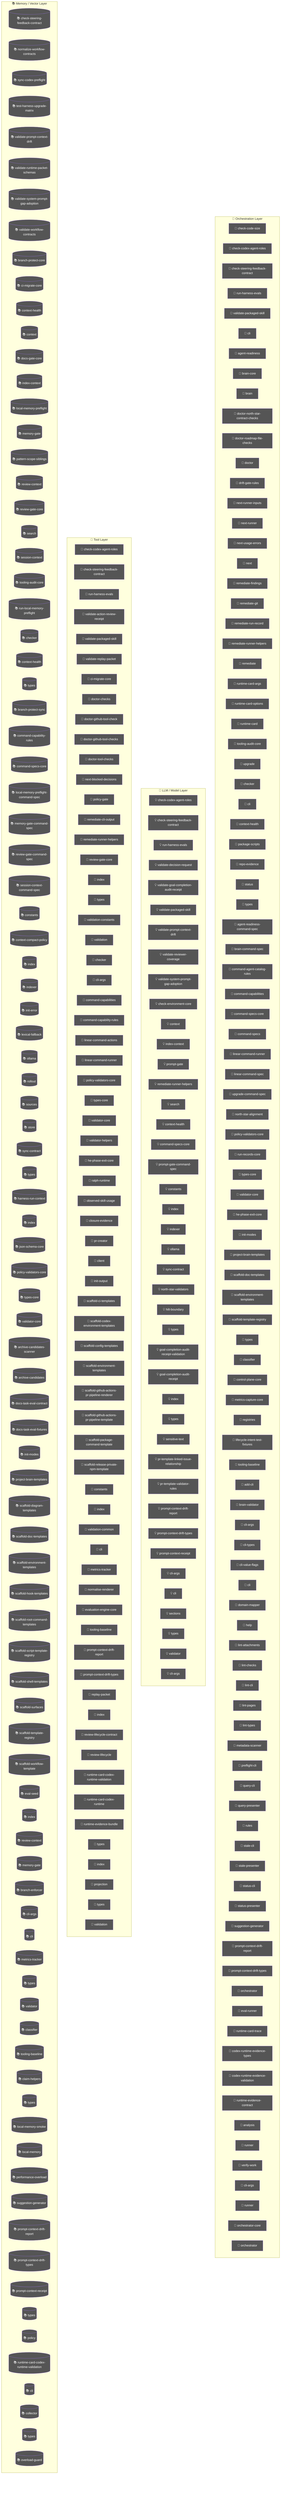
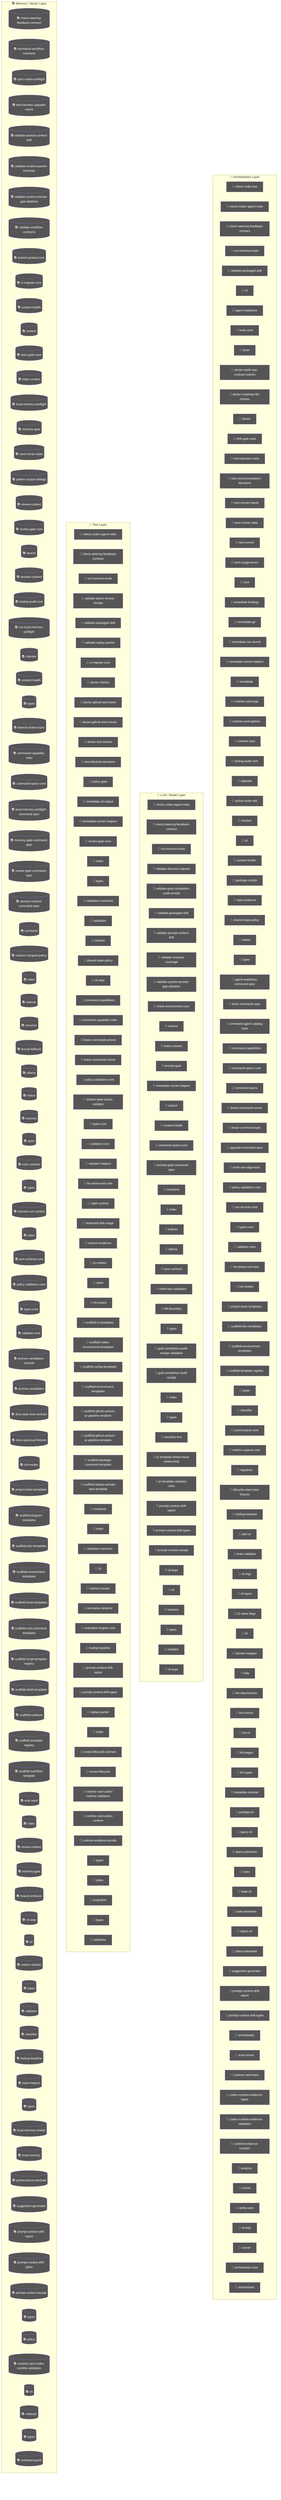
flowchart TD
  subgraph Orchestration["🎯 Orchestration Layer"]
    check_code_size_9c5efc3a["🤖 check-code-size"]
    node_agent_mmd_orchestration_layer_orchestration_chec_7a9f0b64["🤖 check-codex-agent-roles"]
    node_agent_mmd_orchestration_layer_orchestration_chec_7fd47f5c["🤖 check-steering-feedback-contract"]
    node_agent_mmd_orchestration_layer_orchestration_run__18817957["🤖 run-harness-evals"]
    node_agent_mmd_orchestration_layer_orchestration_vali_c01b04be["🤖 validate-packaged-skill"]
    cli_99bb8840["🤖 cli"]
    agent_readiness_c82c68e6["🤖 agent-readiness"]
    brain_core_aa07c380["🤖 brain-core"]
    brain_bbbf7a64["🤖 brain"]
    doctor_north_star_contract_checks_0048124c["🤖 doctor-north-star-contract-checks"]
    doctor_roadmap_file_checks_14447b8e["🤖 doctor-roadmap-file-checks"]
    doctor_72f4be89["🤖 doctor"]
    drift_gate_rules_9685e72d["🤖 drift-gate-rules"]
+     next_decision_meta_c58bc91b["🤖 next-decision-meta"]
+     next_recommendation_decisions_03315dd4["🤖 next-recommendation-decisions"]
    next_runner_inputs_754dba64["🤖 next-runner-inputs"]
+     node_agent_mmd_orchestration_layer_orchestration_next_5393fba1["🤖 next-runner-state"]
    next_runner_41643472["🤖 next-runner"]
    next_usage_errors_837a345a["🤖 next-usage-errors"]
    next_c6c1c9a9["🤖 next"]
    remediate_findings_8b09c8c6["🤖 remediate-findings"]
    remediate_git_58c6f6f4["🤖 remediate-git"]
    remediate_run_record_9dfe5dc1["🤖 remediate-run-record"]
    node_agent_mmd_orchestration_layer_orchestration_reme_359fe98f["🤖 remediate-runner-helpers"]
    remediate_06b9c7fc["🤖 remediate"]
    runtime_card_args_2b3d4b28["🤖 runtime-card-args"]
    runtime_card_options_c9156ad5["🤖 runtime-card-options"]
    runtime_card_e06b53e1["🤖 runtime-card"]
    node_agent_mmd_orchestration_layer_orchestration_tool_acfe0c01["🤖 tooling-audit-core"]
    upgrade_7fef9479["🤖 upgrade"]
+     active_route_refs_d7a46846["🤖 active-route-refs"]
    node_agent_mmd_orchestration_layer_orchestration_chec_0550c395["🤖 checker"]
    cli_1_084e05fe["🤖 cli"]
    node_agent_mmd_orchestration_layer_orchestration_cont_61b3b9c9["🤖 context-health"]
    package_scripts_3ee6150f["🤖 package-scripts"]
    repo_evidence_38bb1de5["🤖 repo-evidence"]
+     node_agent_mmd_orchestration_layer_orchestration_shar_724ef5f0["🤖 shared-state-policy"]
    status_073c1634["🤖 status"]
    node_agent_mmd_orchestration_layer_orchestration_type_4f906dcc["🤖 types"]
    agent_readiness_command_spec_a30c2c1e["🤖 agent-readiness-command-spec"]
    brain_command_spec_15b122d5["🤖 brain-command-spec"]
    command_agent_catalog_rules_8e06b2af["🤖 command-agent-catalog-rules"]
    node_agent_mmd_orchestration_layer_orchestration_comm_6e41a7f7["🤖 command-capabilities"]
    node_agent_mmd_orchestration_layer_orchestration_comm_1f8cc24c["🤖 command-specs-core"]
    command_specs_69167c63["🤖 command-specs"]
    node_agent_mmd_orchestration_layer_orchestration_line_b67affd5["🤖 linear-command-runner"]
    linear_command_spec_1e12dd44["🤖 linear-command-spec"]
    upgrade_command_spec_03f6c7bd["🤖 upgrade-command-spec"]
    north_star_alignment_00440188["🤖 north-star-alignment"]
    node_agent_mmd_orchestration_layer_orchestration_poli_3270b55d["🤖 policy-validators-core"]
    run_records_core_89286dfa["🤖 run-records-core"]
    node_agent_mmd_orchestration_layer_orchestration_type_7cf81261["🤖 types-core"]
    node_agent_mmd_orchestration_layer_orchestration_vali_d9fe99e6["🤖 validator-core"]
    node_agent_mmd_orchestration_layer_orchestration_he_p_fc778c24["🤖 he-phase-exit-core"]
    node_agent_mmd_orchestration_layer_orchestration_init_2a9c3ecb["🤖 init-modes"]
    node_agent_mmd_orchestration_layer_orchestration_proj_6ab6f60f["🤖 project-brain-templates"]
    node_agent_mmd_orchestration_layer_orchestration_scaf_12cc07db["🤖 scaffold-doc-templates"]
    node_agent_mmd_orchestration_layer_orchestration_scaf_c9a90c2f["🤖 scaffold-environment-templates"]
    node_agent_mmd_orchestration_layer_orchestration_scaf_ff8f92f6["🤖 scaffold-template-registry"]
    types_16_0fae1112["🤖 types"]
    node_agent_mmd_orchestration_layer_orchestration_clas_899b821a["🤖 classifier"]
    control_plane_core_db3b4cb2["🤖 control-plane-core"]
    metrics_capture_core_db4bf7cf["🤖 metrics-capture-core"]
    registries_06402afa["🤖 registries"]
    lifecycle_intent_test_fixtures_a53c7ada["🤖 lifecycle-intent-test-fixtures"]
    node_agent_mmd_orchestration_layer_orchestration_tool_cc43149f["🤖 tooling-baseline"]
    add_cli_7614de25["🤖 add-cli"]
    brain_validator_be251832["🤖 brain-validator"]
    cli_args_8_d546936e["🤖 cli-args"]
    cli_types_1686e858["🤖 cli-types"]
    cli_value_flags_732a8e43["🤖 cli-value-flags"]
    cli_10_35dc8cbd["🤖 cli"]
    domain_mapper_cd9333d2["🤖 domain-mapper"]
    help_106a5842["🤖 help"]
    lint_attachments_873c0632["🤖 lint-attachments"]
    lint_checks_83522b19["🤖 lint-checks"]
    lint_cli_9ec62ec0["🤖 lint-cli"]
    lint_pages_e33301d0["🤖 lint-pages"]
    lint_types_2862c255["🤖 lint-types"]
    metadata_scanner_6a101b66["🤖 metadata-scanner"]
    preflight_cli_5d148379["🤖 preflight-cli"]
    query_cli_b95be64d["🤖 query-cli"]
    query_presenter_02e6077c["🤖 query-presenter"]
    rules_6c621d1a["🤖 rules"]
    stale_cli_64548720["🤖 stale-cli"]
    stale_presenter_1de4e3a2["🤖 stale-presenter"]
    status_cli_4c24a0d6["🤖 status-cli"]
    status_presenter_8de686c1["🤖 status-presenter"]
    node_agent_mmd_orchestration_layer_orchestration_sugg_85c5ebe3["🤖 suggestion-generator"]
    node_agent_mmd_orchestration_layer_orchestration_prom_d17b4de2["🤖 prompt-context-drift-report"]
    node_agent_mmd_orchestration_layer_orchestration_prom_77088997["🤖 prompt-context-drift-types"]
    orchestrator_11376b7e["🤖 orchestrator"]
    eval_runner_0966a6b3["🤖 eval-runner"]
    runtime_card_trace_64a5ca95["🤖 runtime-card-trace"]
    codex_runtime_evidence_types_f55808dd["🤖 codex-runtime-evidence-types"]
    codex_runtime_evidence_validation_d060a92d["🤖 codex-runtime-evidence-validation"]
    runtime_evidence_contract_0f7b15b2["🤖 runtime-evidence-contract"]
    analysis_f44e85c4["🤖 analysis"]
    runner_527aa9f4["🤖 runner"]
    verify_work_1_cd8e7ec3["🤖 verify-work"]
    cli_args_14_3481043e["🤖 cli-args"]
    runner_1_6f281bf8["🤖 runner"]
    orchestrator_core_d0678b53["🤖 orchestrator-core"]
    orchestrator_1_6b7137c5["🤖 orchestrator"]
  end
  subgraph LLMLayer["🧠 LLM / Model Layer"]
    node_agent_mmd_llm_model_layer_llmlayer_check_codex_a_29e7b7fa["💡 check-codex-agent-roles"]
    node_agent_mmd_llm_model_layer_llmlayer_check_steerin_0e1bf90d["💡 check-steering-feedback-contract"]
    node_agent_mmd_llm_model_layer_llmlayer_run_harness_e_603fcfdc["💡 run-harness-evals"]
    validate_decision_request_2e5c325e["💡 validate-decision-request"]
    validate_goal_completion_audit_receipt_100d252c["💡 validate-goal-completion-audit-receipt"]
    node_agent_mmd_llm_model_layer_llmlayer_validate_pack_2a12e1f4["💡 validate-packaged-skill"]
    node_agent_mmd_llm_model_layer_llmlayer_validate_prom_9880f764["💡 validate-prompt-context-drift"]
    validate_reviewer_coverage_251efee3["💡 validate-reviewer-coverage"]
    node_agent_mmd_llm_model_layer_llmlayer_validate_syst_5636156e["💡 validate-system-prompt-gap-adoption"]
    check_environment_core_2c16213f["💡 check-environment-core"]
    node_agent_mmd_llm_model_layer_llmlayer_context_conte_ad2dfbd9["💡 context"]
    node_agent_mmd_llm_model_layer_llmlayer_index_context_1041bd11["💡 index-context"]
    prompt_gate_c5e9d207["💡 prompt-gate"]
    node_agent_mmd_llm_model_layer_llmlayer_remediate_run_9e3d4585["💡 remediate-runner-helpers"]
    node_agent_mmd_llm_model_layer_llmlayer_search_search_66b9a911["💡 search"]
    node_agent_mmd_llm_model_layer_llmlayer_context_healt_cfc0bfa8["💡 context-health"]
    node_agent_mmd_llm_model_layer_llmlayer_command_specs_782af9fa["💡 command-specs-core"]
    prompt_gate_command_spec_9a941482["💡 prompt-gate-command-spec"]
    node_agent_mmd_llm_model_layer_llmlayer_constants_con_c9bd3f6c["💡 constants"]
    node_agent_mmd_llm_model_layer_llmlayer_index_index_1_02e160ff["💡 index"]
    node_agent_mmd_llm_model_layer_llmlayer_indexer_index_4f4deef5["💡 indexer"]
    node_agent_mmd_llm_model_layer_llmlayer_ollama_ollama_968b23fa["💡 ollama"]
    node_agent_mmd_llm_model_layer_llmlayer_sync_contract_9f3cc8c1["💡 sync-contract"]
    north_star_validators_cfc926ce["💡 north-star-validators"]
    hilt_boundary_9b36fb15["💡 hilt-boundary"]
    types_10_75e5a4a0["💡 types"]
    goal_completion_audit_receipt_validation_9d0f4891["💡 goal-completion-audit-receipt-validation"]
    goal_completion_audit_receipt_5e4939c3["💡 goal-completion-audit-receipt"]
    index_5_522f772a["💡 index"]
    node_agent_mmd_llm_model_layer_llmlayer_constants_con_c9bd3f6c["💡 constants"]
    types_17_ed30531c["💡 types"]
    sensitive_text_7c11f760["💡 sensitive-text"]
    pr_template_linked_issue_relationship_a7b61f2c["💡 pr-template-linked-issue-relationship"]
    pr_template_validator_rules_20a32d6b["💡 pr-template-validator-rules"]
    node_agent_mmd_llm_model_layer_llmlayer_index_index_1_02e160ff["💡 index"]
    node_agent_mmd_llm_model_layer_llmlayer_prompt_contex_81f9066a["💡 prompt-context-drift-report"]
    node_agent_mmd_llm_model_layer_llmlayer_prompt_contex_e5066b88["💡 prompt-context-drift-types"]
    node_agent_mmd_llm_model_layer_llmlayer_index_index_1_02e160ff["💡 index"]
    node_agent_mmd_llm_model_layer_llmlayer_prompt_contex_6426acc2["💡 prompt-context-receipt"]
    cli_args_9_9c136878["💡 cli-args"]
    cli_11_338a8415["💡 cli"]
    sections_4697ef32["💡 sections"]
    types_27_4d134744["💡 types"]
    validator_7_f836eb0e["💡 validator"]
    cli_args_10_861cdd3f["💡 cli-args"]
  end
  subgraph ToolLayer["🔧 Tool Layer"]
    node_agent_mmd_tool_layer_toollayer_check_codex_agent_4b361d5a["🔧 check-codex-agent-roles"]
    node_agent_mmd_tool_layer_toollayer_check_steering_fe_eafecf3a["🔧 check-steering-feedback-contract"]
    node_agent_mmd_tool_layer_toollayer_run_harness_evals_e2ee24f1["🔧 run-harness-evals"]
    validate_action_review_receipt_fa2f06c3["🔧 validate-action-review-receipt"]
    node_agent_mmd_tool_layer_toollayer_validate_packaged_2855c827["🔧 validate-packaged-skill"]
    validate_replay_packet_f309747e["🔧 validate-replay-packet"]
    node_agent_mmd_tool_layer_toollayer_ci_migrate_core_c_049f8460["🔧 ci-migrate-core"]
    doctor_checks_5a2eb2b9["🔧 doctor-checks"]
    doctor_github_tool_check_e0a938df["🔧 doctor-github-tool-check"]
    doctor_github_tool_checks_a53b0382["🔧 doctor-github-tool-checks"]
    doctor_tool_checks_4acac51a["🔧 doctor-tool-checks"]
    next_blocked_decisions_4140ad2b["🔧 next-blocked-decisions"]
    policy_gate_213f7313["🔧 policy-gate"]
    remediate_cli_output_cc165396["🔧 remediate-cli-output"]
    node_agent_mmd_tool_layer_toollayer_remediate_runner__c003b871["🔧 remediate-runner-helpers"]
    node_agent_mmd_tool_layer_toollayer_review_gate_core__7704598b["🔧 review-gate-core"]
    index_1bc04b52["🔧 index"]
    types_1_4ecdf56e["🔧 types"]
    validation_constants_e002a0f6["🔧 validation-constants"]
    validation_98c41dcd["🔧 validation"]
    node_agent_mmd_tool_layer_toollayer_checker_checker_2_453d593b["🔧 checker"]
+     node_agent_mmd_tool_layer_toollayer_shared_state_poli_53734acd["🔧 shared-state-policy"]
    cli_args_1_6144b055["🔧 cli-args"]
    node_agent_mmd_tool_layer_toollayer_command_capabilit_7fe13db1["🔧 command-capabilities"]
    node_agent_mmd_tool_layer_toollayer_command_capabilit_e97a4615["🔧 command-capability-rules"]
    linear_command_actions_e430f4f4["🔧 linear-command-actions"]
    node_agent_mmd_tool_layer_toollayer_linear_command_ru_d6763748["🔧 linear-command-runner"]
    node_agent_mmd_tool_layer_toollayer_policy_validators_af136abf["🔧 policy-validators-core"]
+     shared_state_action_validator_e7b128cd["🔧 shared-state-action-validator"]
    node_agent_mmd_tool_layer_toollayer_types_core_types__6c8319b6["🔧 types-core"]
    node_agent_mmd_tool_layer_toollayer_validator_core_va_6ef6131f["🔧 validator-core"]
    validator_helpers_7b927667["🔧 validator-helpers"]
    node_agent_mmd_tool_layer_toollayer_he_phase_exit_cor_af016160["🔧 he-phase-exit-core"]
    ralph_runtime_73d63c0e["🔧 ralph-runtime"]
    observed_skill_usage_ed7d5930["🔧 observed-skill-usage"]
    closure_evidence_aaa31467["🔧 closure-evidence"]
    pr_creator_dc6b1ea4["🔧 pr-creator"]
    client_948fe603["🔧 client"]
    init_output_360dce91["🔧 init-output"]
    scaffold_ci_templates_2afd6392["🔧 scaffold-ci-templates"]
    scaffold_codex_environment_templates_334fbbed["🔧 scaffold-codex-environment-templates"]
    scaffold_config_templates_4b80ce53["🔧 scaffold-config-templates"]
    node_agent_mmd_tool_layer_toollayer_scaffold_environm_c1afc013["🔧 scaffold-environment-templates"]
    scaffold_github_actions_pr_pipeline_renderer_1ee18de5["🔧 scaffold-github-actions-pr-pipeline-renderer"]
    scaffold_github_actions_pr_pipeline_template_e2b85f62["🔧 scaffold-github-actions-pr-pipeline-template"]
    scaffold_package_command_template_80e32e83["🔧 scaffold-package-command-template"]
    scaffold_release_private_npm_template_075499f8["🔧 scaffold-release-private-npm-template"]
    node_agent_mmd_tool_layer_toollayer_constants_constan_9d71b829["🔧 constants"]
    index_9_32dd4d91["🔧 index"]
    validation_common_6161e48b["🔧 validation-common"]
    node_agent_mmd_tool_layer_toollayer_cli_cli_2_1_32d9eeaf["🔧 cli"]
    node_agent_mmd_tool_layer_toollayer_metrics_tracker_m_4c9237d8["🔧 metrics-tracker"]
    normalise_renderer_85f2e563["🔧 normalise-renderer"]
    evaluation_engine_core_e054fe49["🔧 evaluation-engine-core"]
    node_agent_mmd_tool_layer_toollayer_tooling_baseline__61e66e9f["🔧 tooling-baseline"]
    node_agent_mmd_tool_layer_toollayer_prompt_context_dr_a2772f2b["🔧 prompt-context-drift-report"]
    node_agent_mmd_tool_layer_toollayer_prompt_context_dr_bd82da46["🔧 prompt-context-drift-types"]
    replay_packet_a1293f88["🔧 replay-packet"]
    index_14_d982116c["🔧 index"]
    review_lifecycle_contract_e5447221["🔧 review-lifecycle-contract"]
    review_lifecycle_89afa64c["🔧 review-lifecycle"]
    node_agent_mmd_tool_layer_toollayer_runtime_card_code_3636ceac["🔧 runtime-card-codex-runtime-validation"]
    runtime_card_codex_runtime_0655e230["🔧 runtime-card-codex-runtime"]
    runtime_evidence_bundle_d471a232["🔧 runtime-evidence-bundle"]
    types_36_674380ec["🔧 types"]
    index_17_642943a2["🔧 index"]
    projection_1b250ea1["🔧 projection"]
    types_38_e8efcd57["🔧 types"]
    validation_7_c4e6d8b6["🔧 validation"]
  end
  subgraph MemoryLayer["📚 Memory / Vector Layer"]
    node_agent_mmd_memory_vector_layer_memorylayer_check__64c86928[("📚 check-steering-feedback-contract")]
    normalize_workflow_contracts_8701f1c8[("📚 normalize-workflow-contracts")]
    sync_codex_preflight_7e7a8dc2[("📚 sync-codex-preflight")]
    test_harness_upgrade_matrix_84113c4e[("📚 test-harness-upgrade-matrix")]
    node_agent_mmd_memory_vector_layer_memorylayer_valida_c52c4db8[("📚 validate-prompt-context-drift")]
    validate_runtime_packet_schemas_bc3ba8ec[("📚 validate-runtime-packet-schemas")]
    node_agent_mmd_memory_vector_layer_memorylayer_valida_db599a97[("📚 validate-system-prompt-gap-adoption")]
    validate_workflow_contracts_33dc063c[("📚 validate-workflow-contracts")]
    branch_protect_core_a8feb0fd[("📚 branch-protect-core")]
    node_agent_mmd_memory_vector_layer_memorylayer_ci_mig_0cd5b1a4[("📚 ci-migrate-core")]
    context_health_80bb7da9[("📚 context-health")]
    node_agent_mmd_memory_vector_layer_memorylayer_contex_78ceaaa9[("📚 context")]
    docs_gate_core_eb9b6c18[("📚 docs-gate-core")]
    node_agent_mmd_memory_vector_layer_memorylayer_index__6f3402d0[("📚 index-context")]
    local_memory_preflight_dcc36c42[("📚 local-memory-preflight")]
    memory_gate_a577a506[("📚 memory-gate")]
+     node_agent_mmd_memory_vector_layer_memorylayer_next_r_7feb80cc[("📚 next-runner-state")]
    pattern_scope_siblings_43abe000[("📚 pattern-scope-siblings")]
    review_context_ca6cf81d[("📚 review-context")]
    node_agent_mmd_memory_vector_layer_memorylayer_review_5bee9816[("📚 review-gate-core")]
    node_agent_mmd_memory_vector_layer_memorylayer_search_ac35cb7e[("📚 search")]
    session_context_e5ec72c0[("📚 session-context")]
    node_agent_mmd_memory_vector_layer_memorylayer_toolin_a1185b8f[("📚 tooling-audit-core")]
    run_local_memory_preflight_36e92808[("📚 run-local-memory-preflight")]
    node_agent_mmd_memory_vector_layer_memorylayer_checke_a583eb4f[("📚 checker")]
    node_agent_mmd_memory_vector_layer_memorylayer_contex_3204aa0e[("📚 context-health")]
    node_agent_mmd_memory_vector_layer_memorylayer_types__9ad640a0[("📚 types")]
    branch_protect_sync_570adb18[("📚 branch-protect-sync")]
    node_agent_mmd_memory_vector_layer_memorylayer_comman_c72a5d05[("📚 command-capability-rules")]
    node_agent_mmd_memory_vector_layer_memorylayer_comman_111eb454[("📚 command-specs-core")]
    local_memory_preflight_command_spec_9e23f3ce[("📚 local-memory-preflight-command-spec")]
    memory_gate_command_spec_dc9001a9[("📚 memory-gate-command-spec")]
    review_gate_command_spec_3187376a[("📚 review-gate-command-spec")]
    session_context_command_spec_973afbb1[("📚 session-context-command-spec")]
    node_agent_mmd_memory_vector_layer_memorylayer_consta_702d3f46[("📚 constants")]
    context_compact_policy_3dcaf95d[("📚 context-compact-policy")]
    node_agent_mmd_memory_vector_layer_memorylayer_index__752bc61e[("📚 index")]
    node_agent_mmd_memory_vector_layer_memorylayer_indexe_93e6d86f[("📚 indexer")]
    init_error_5c7dd49f[("📚 init-error")]
    lexical_fallback_723e2b3e[("📚 lexical-fallback")]
    node_agent_mmd_memory_vector_layer_memorylayer_ollama_6d51be16[("📚 ollama")]
    rollout_a4fa034c[("📚 rollout")]
    sources_878a52fc[("📚 sources")]
    store_824d80d7[("📚 store")]
    node_agent_mmd_memory_vector_layer_memorylayer_sync_c_e43418bc[("📚 sync-contract")]
    types_8_f6283648[("📚 types")]
    harness_run_context_ac7c77a9[("📚 harness-run-context")]
    index_4_013aa0e3[("📚 index")]
    json_schema_core_96d7e328[("📚 json-schema-core")]
    node_agent_mmd_memory_vector_layer_memorylayer_policy_1944de42[("📚 policy-validators-core")]
    node_agent_mmd_memory_vector_layer_memorylayer_types__83f369fa[("📚 types-core")]
    node_agent_mmd_memory_vector_layer_memorylayer_valida_41034356[("📚 validator-core")]
    archive_candidates_scanner_d0931789[("📚 archive-candidates-scanner")]
    archive_candidates_dc0e40e1[("📚 archive-candidates")]
    docs_task_eval_contract_79347457[("📚 docs-task-eval-contract")]
    docs_task_eval_fixtures_44902755[("📚 docs-task-eval-fixtures")]
    node_agent_mmd_memory_vector_layer_memorylayer_init_m_333d02c5[("📚 init-modes")]
    node_agent_mmd_memory_vector_layer_memorylayer_projec_3ae304d9[("📚 project-brain-templates")]
    scaffold_diagram_templates_dd88e83c[("📚 scaffold-diagram-templates")]
    node_agent_mmd_memory_vector_layer_memorylayer_scaffo_5fd73b94[("📚 scaffold-doc-templates")]
    node_agent_mmd_memory_vector_layer_memorylayer_scaffo_12b42341[("📚 scaffold-environment-templates")]
    scaffold_hook_templates_8c74ab50[("📚 scaffold-hook-templates")]
    scaffold_root_command_templates_404fed7f[("📚 scaffold-root-command-templates")]
    scaffold_script_template_registry_69312d4e[("📚 scaffold-script-template-registry")]
    scaffold_shell_templates_0ad0f915[("📚 scaffold-shell-templates")]
    scaffold_surfaces_12d6494e[("📚 scaffold-surfaces")]
    node_agent_mmd_memory_vector_layer_memorylayer_scaffo_a86eece1[("📚 scaffold-template-registry")]
    scaffold_workflow_template_92310587[("📚 scaffold-workflow-template")]
    eval_seed_5699fd3e[("📚 eval-seed")]
    index_10_f6785a46[("📚 index")]
    review_context_1_e3afed15[("📚 review-context")]
    memory_gate_1_265164ac[("📚 memory-gate")]
    branch_enforcer_acb749cd[("📚 branch-enforcer")]
    cli_args_5_09ea29f0[("📚 cli-args")]
    node_agent_mmd_memory_vector_layer_memorylayer_cli_cl_1f1f89ab[("📚 cli")]
    node_agent_mmd_memory_vector_layer_memorylayer_metric_12562178[("📚 metrics-tracker")]
    types_19_eb4ad5f0[("📚 types")]
    validator_5_b19ac2be[("📚 validator")]
    node_agent_mmd_memory_vector_layer_memorylayer_classi_1ebbf5ff[("📚 classifier")]
    node_agent_mmd_memory_vector_layer_memorylayer_toolin_14f86b00[("📚 tooling-baseline")]
    claim_helpers_20dc8387[("📚 claim-helpers")]
    types_24_c63dc1a7[("📚 types")]
    local_memory_smoke_1175abfc[("📚 local-memory-smoke")]
    local_memory_0db17ecc[("📚 local-memory")]
    performance_overload_c685bfcf[("📚 performance-overload")]
    node_agent_mmd_memory_vector_layer_memorylayer_sugges_267f408d[("📚 suggestion-generator")]
    node_agent_mmd_memory_vector_layer_memorylayer_index__752bc61e[("📚 index")]
    node_agent_mmd_memory_vector_layer_memorylayer_prompt_ae34fc43[("📚 prompt-context-drift-report")]
    node_agent_mmd_memory_vector_layer_memorylayer_prompt_efd77624[("📚 prompt-context-drift-types")]
    node_agent_mmd_memory_vector_layer_memorylayer_index__752bc61e[("📚 index")]
    node_agent_mmd_memory_vector_layer_memorylayer_prompt_55c0d605[("📚 prompt-context-receipt")]
    types_31_eb363e20[("📚 types")]
    policy_1_fc4198db[("📚 policy")]
    node_agent_mmd_memory_vector_layer_memorylayer_runtim_a5d23e7f[("📚 runtime-card-codex-runtime-validation")]
    cli_12_01c06c37[("📚 cli")]
    collector_0736fd5b[("📚 collector")]
    types_34_85e6a0bb[("📚 types")]
    overload_guard_2748c559[("📚 overload-guard")]
  end
  classDef agentNode fill:#555,color:#fff
-   class check_code_size_9c5efc3a,node_agent_mmd_orchestration_layer_orchestration_chec_7a9f0b64,node_agent_mmd_llm_model_layer_llmlayer_check_codex_a_29e7b7fa,node_agent_mmd_tool_layer_toollayer_check_codex_agent_4b361d5a,node_agent_mmd_orchestration_layer_orchestration_chec_7fd47f5c,node_agent_mmd_llm_model_layer_llmlayer_check_steerin_0e1bf90d,node_agent_mmd_tool_layer_toollayer_check_steering_fe_eafecf3a,node_agent_mmd_memory_vector_layer_memorylayer_check__64c86928,node_agent_mmd_orchestration_layer_orchestration_run__18817957,node_agent_mmd_llm_model_layer_llmlayer_run_harness_e_603fcfdc,node_agent_mmd_tool_layer_toollayer_run_harness_evals_e2ee24f1,node_agent_mmd_orchestration_layer_orchestration_vali_c01b04be,node_agent_mmd_llm_model_layer_llmlayer_validate_pack_2a12e1f4,node_agent_mmd_tool_layer_toollayer_validate_packaged_2855c827,cli_99bb8840,agent_readiness_c82c68e6,brain_core_aa07c380,brain_bbbf7a64,doctor_north_star_contract_checks_0048124c,doctor_roadmap_file_checks_14447b8e,doctor_72f4be89,drift_gate_rules_9685e72d,next_runner_inputs_754dba64,next_runner_41643472,next_usage_errors_837a345a,next_c6c1c9a9,remediate_findings_8b09c8c6,remediate_git_58c6f6f4,remediate_run_record_9dfe5dc1,node_agent_mmd_orchestration_layer_orchestration_reme_359fe98f,node_agent_mmd_llm_model_layer_llmlayer_remediate_run_9e3d4585,node_agent_mmd_tool_layer_toollayer_remediate_runner__c003b871,remediate_06b9c7fc,runtime_card_args_2b3d4b28,runtime_card_options_c9156ad5,runtime_card_e06b53e1,node_agent_mmd_orchestration_layer_orchestration_tool_acfe0c01,node_agent_mmd_memory_vector_layer_memorylayer_toolin_a1185b8f,upgrade_7fef9479,node_agent_mmd_orchestration_layer_orchestration_chec_0550c395,node_agent_mmd_tool_layer_toollayer_checker_checker_2_453d593b,node_agent_mmd_memory_vector_layer_memorylayer_checke_a583eb4f,cli_1_084e05fe,node_agent_mmd_orchestration_layer_orchestration_cont_61b3b9c9,node_agent_mmd_llm_model_layer_llmlayer_context_healt_cfc0bfa8,node_agent_mmd_memory_vector_layer_memorylayer_contex_3204aa0e,package_scripts_3ee6150f,repo_evidence_38bb1de5,status_073c1634,node_agent_mmd_orchestration_layer_orchestration_type_4f906dcc,node_agent_mmd_memory_vector_layer_memorylayer_types__9ad640a0,agent_readiness_command_spec_a30c2c1e,brain_command_spec_15b122d5,command_agent_catalog_rules_8e06b2af,node_agent_mmd_orchestration_layer_orchestration_comm_6e41a7f7,node_agent_mmd_tool_layer_toollayer_command_capabilit_7fe13db1,node_agent_mmd_orchestration_layer_orchestration_comm_1f8cc24c,node_agent_mmd_llm_model_layer_llmlayer_command_specs_782af9fa,node_agent_mmd_memory_vector_layer_memorylayer_comman_111eb454,command_specs_69167c63,node_agent_mmd_orchestration_layer_orchestration_line_b67affd5,node_agent_mmd_tool_layer_toollayer_linear_command_ru_d6763748,linear_command_spec_1e12dd44,upgrade_command_spec_03f6c7bd,north_star_alignment_00440188,node_agent_mmd_orchestration_layer_orchestration_poli_3270b55d,node_agent_mmd_tool_layer_toollayer_policy_validators_af136abf,node_agent_mmd_memory_vector_layer_memorylayer_policy_1944de42,run_records_core_89286dfa,node_agent_mmd_orchestration_layer_orchestration_type_7cf81261,node_agent_mmd_tool_layer_toollayer_types_core_types__6c8319b6,node_agent_mmd_memory_vector_layer_memorylayer_types__83f369fa,node_agent_mmd_orchestration_layer_orchestration_vali_d9fe99e6,node_agent_mmd_tool_layer_toollayer_validator_core_va_6ef6131f,node_agent_mmd_memory_vector_layer_memorylayer_valida_41034356,node_agent_mmd_orchestration_layer_orchestration_he_p_fc778c24,node_agent_mmd_tool_layer_toollayer_he_phase_exit_cor_af016160,node_agent_mmd_orchestration_layer_orchestration_init_2a9c3ecb,node_agent_mmd_memory_vector_layer_memorylayer_init_m_333d02c5,node_agent_mmd_orchestration_layer_orchestration_proj_6ab6f60f,node_agent_mmd_memory_vector_layer_memorylayer_projec_3ae304d9,node_agent_mmd_orchestration_layer_orchestration_scaf_12cc07db,node_agent_mmd_memory_vector_layer_memorylayer_scaffo_5fd73b94,node_agent_mmd_orchestration_layer_orchestration_scaf_c9a90c2f,node_agent_mmd_tool_layer_toollayer_scaffold_environm_c1afc013,node_agent_mmd_memory_vector_layer_memorylayer_scaffo_12b42341,node_agent_mmd_orchestration_layer_orchestration_scaf_ff8f92f6,node_agent_mmd_memory_vector_layer_memorylayer_scaffo_a86eece1,types_16_0fae1112,node_agent_mmd_orchestration_layer_orchestration_clas_899b821a,node_agent_mmd_memory_vector_layer_memorylayer_classi_1ebbf5ff,control_plane_core_db3b4cb2,metrics_capture_core_db4bf7cf,registries_06402afa,lifecycle_intent_test_fixtures_a53c7ada,node_agent_mmd_orchestration_layer_orchestration_tool_cc43149f,node_agent_mmd_tool_layer_toollayer_tooling_baseline__61e66e9f,node_agent_mmd_memory_vector_layer_memorylayer_toolin_14f86b00,add_cli_7614de25,brain_validator_be251832,cli_args_8_d546936e,cli_types_1686e858,cli_value_flags_732a8e43,cli_10_35dc8cbd,domain_mapper_cd9333d2,help_106a5842,lint_attachments_873c0632,lint_checks_83522b19,lint_cli_9ec62ec0,lint_pages_e33301d0,lint_types_2862c255,metadata_scanner_6a101b66,preflight_cli_5d148379,query_cli_b95be64d,query_presenter_02e6077c,rules_6c621d1a,stale_cli_64548720,stale_presenter_1de4e3a2,status_cli_4c24a0d6,status_presenter_8de686c1,node_agent_mmd_orchestration_layer_orchestration_sugg_85c5ebe3,node_agent_mmd_memory_vector_layer_memorylayer_sugges_267f408d,node_agent_mmd_orchestration_layer_orchestration_prom_d17b4de2,node_agent_mmd_llm_model_layer_llmlayer_prompt_contex_81f9066a,node_agent_mmd_tool_layer_toollayer_prompt_context_dr_a2772f2b,node_agent_mmd_memory_vector_layer_memorylayer_prompt_ae34fc43,node_agent_mmd_orchestration_layer_orchestration_prom_77088997,node_agent_mmd_llm_model_layer_llmlayer_prompt_contex_e5066b88,node_agent_mmd_tool_layer_toollayer_prompt_context_dr_bd82da46,node_agent_mmd_memory_vector_layer_memorylayer_prompt_efd77624,orchestrator_11376b7e,eval_runner_0966a6b3,runtime_card_trace_64a5ca95,codex_runtime_evidence_types_f55808dd,codex_runtime_evidence_validation_d060a92d,runtime_evidence_contract_0f7b15b2,analysis_f44e85c4,runner_527aa9f4,verify_work_1_cd8e7ec3,cli_args_14_3481043e,runner_1_6f281bf8,orchestrator_core_d0678b53,orchestrator_1_6b7137c5 agentNode
+   class check_code_size_9c5efc3a,node_agent_mmd_orchestration_layer_orchestration_chec_7a9f0b64,node_agent_mmd_llm_model_layer_llmlayer_check_codex_a_29e7b7fa,node_agent_mmd_tool_layer_toollayer_check_codex_agent_4b361d5a,node_agent_mmd_orchestration_layer_orchestration_chec_7fd47f5c,node_agent_mmd_llm_model_layer_llmlayer_check_steerin_0e1bf90d,node_agent_mmd_tool_layer_toollayer_check_steering_fe_eafecf3a,node_agent_mmd_memory_vector_layer_memorylayer_check__64c86928,node_agent_mmd_orchestration_layer_orchestration_run__18817957,node_agent_mmd_llm_model_layer_llmlayer_run_harness_e_603fcfdc,node_agent_mmd_tool_layer_toollayer_run_harness_evals_e2ee24f1,node_agent_mmd_orchestration_layer_orchestration_vali_c01b04be,node_agent_mmd_llm_model_layer_llmlayer_validate_pack_2a12e1f4,node_agent_mmd_tool_layer_toollayer_validate_packaged_2855c827,cli_99bb8840,agent_readiness_c82c68e6,brain_core_aa07c380,brain_bbbf7a64,doctor_north_star_contract_checks_0048124c,doctor_roadmap_file_checks_14447b8e,doctor_72f4be89,drift_gate_rules_9685e72d,next_decision_meta_c58bc91b,next_recommendation_decisions_03315dd4,next_runner_inputs_754dba64,node_agent_mmd_orchestration_layer_orchestration_next_5393fba1,node_agent_mmd_memory_vector_layer_memorylayer_next_r_7feb80cc,next_runner_41643472,next_usage_errors_837a345a,next_c6c1c9a9,remediate_findings_8b09c8c6,remediate_git_58c6f6f4,remediate_run_record_9dfe5dc1,node_agent_mmd_orchestration_layer_orchestration_reme_359fe98f,node_agent_mmd_llm_model_layer_llmlayer_remediate_run_9e3d4585,node_agent_mmd_tool_layer_toollayer_remediate_runner__c003b871,remediate_06b9c7fc,runtime_card_args_2b3d4b28,runtime_card_options_c9156ad5,runtime_card_e06b53e1,node_agent_mmd_orchestration_layer_orchestration_tool_acfe0c01,node_agent_mmd_memory_vector_layer_memorylayer_toolin_a1185b8f,upgrade_7fef9479,active_route_refs_d7a46846,node_agent_mmd_orchestration_layer_orchestration_chec_0550c395,node_agent_mmd_tool_layer_toollayer_checker_checker_2_453d593b,node_agent_mmd_memory_vector_layer_memorylayer_checke_a583eb4f,cli_1_084e05fe,node_agent_mmd_orchestration_layer_orchestration_cont_61b3b9c9,node_agent_mmd_llm_model_layer_llmlayer_context_healt_cfc0bfa8,node_agent_mmd_memory_vector_layer_memorylayer_contex_3204aa0e,package_scripts_3ee6150f,repo_evidence_38bb1de5,node_agent_mmd_orchestration_layer_orchestration_shar_724ef5f0,node_agent_mmd_tool_layer_toollayer_shared_state_poli_53734acd,status_073c1634,node_agent_mmd_orchestration_layer_orchestration_type_4f906dcc,node_agent_mmd_memory_vector_layer_memorylayer_types__9ad640a0,agent_readiness_command_spec_a30c2c1e,brain_command_spec_15b122d5,command_agent_catalog_rules_8e06b2af,node_agent_mmd_orchestration_layer_orchestration_comm_6e41a7f7,node_agent_mmd_tool_layer_toollayer_command_capabilit_7fe13db1,node_agent_mmd_orchestration_layer_orchestration_comm_1f8cc24c,node_agent_mmd_llm_model_layer_llmlayer_command_specs_782af9fa,node_agent_mmd_memory_vector_layer_memorylayer_comman_111eb454,command_specs_69167c63,node_agent_mmd_orchestration_layer_orchestration_line_b67affd5,node_agent_mmd_tool_layer_toollayer_linear_command_ru_d6763748,linear_command_spec_1e12dd44,upgrade_command_spec_03f6c7bd,north_star_alignment_00440188,node_agent_mmd_orchestration_layer_orchestration_poli_3270b55d,node_agent_mmd_tool_layer_toollayer_policy_validators_af136abf,node_agent_mmd_memory_vector_layer_memorylayer_policy_1944de42,run_records_core_89286dfa,node_agent_mmd_orchestration_layer_orchestration_type_7cf81261,node_agent_mmd_tool_layer_toollayer_types_core_types__6c8319b6,node_agent_mmd_memory_vector_layer_memorylayer_types__83f369fa,node_agent_mmd_orchestration_layer_orchestration_vali_d9fe99e6,node_agent_mmd_tool_layer_toollayer_validator_core_va_6ef6131f,node_agent_mmd_memory_vector_layer_memorylayer_valida_41034356,node_agent_mmd_orchestration_layer_orchestration_he_p_fc778c24,node_agent_mmd_tool_layer_toollayer_he_phase_exit_cor_af016160,node_agent_mmd_orchestration_layer_orchestration_init_2a9c3ecb,node_agent_mmd_memory_vector_layer_memorylayer_init_m_333d02c5,node_agent_mmd_orchestration_layer_orchestration_proj_6ab6f60f,node_agent_mmd_memory_vector_layer_memorylayer_projec_3ae304d9,node_agent_mmd_orchestration_layer_orchestration_scaf_12cc07db,node_agent_mmd_memory_vector_layer_memorylayer_scaffo_5fd73b94,node_agent_mmd_orchestration_layer_orchestration_scaf_c9a90c2f,node_agent_mmd_tool_layer_toollayer_scaffold_environm_c1afc013,node_agent_mmd_memory_vector_layer_memorylayer_scaffo_12b42341,node_agent_mmd_orchestration_layer_orchestration_scaf_ff8f92f6,node_agent_mmd_memory_vector_layer_memorylayer_scaffo_a86eece1,types_16_0fae1112,node_agent_mmd_orchestration_layer_orchestration_clas_899b821a,node_agent_mmd_memory_vector_layer_memorylayer_classi_1ebbf5ff,control_plane_core_db3b4cb2,metrics_capture_core_db4bf7cf,registries_06402afa,lifecycle_intent_test_fixtures_a53c7ada,node_agent_mmd_orchestration_layer_orchestration_tool_cc43149f,node_agent_mmd_tool_layer_toollayer_tooling_baseline__61e66e9f,node_agent_mmd_memory_vector_layer_memorylayer_toolin_14f86b00,add_cli_7614de25,brain_validator_be251832,cli_args_8_d546936e,cli_types_1686e858,cli_value_flags_732a8e43,cli_10_35dc8cbd,domain_mapper_cd9333d2,help_106a5842,lint_attachments_873c0632,lint_checks_83522b19,lint_cli_9ec62ec0,lint_pages_e33301d0,lint_types_2862c255,metadata_scanner_6a101b66,preflight_cli_5d148379,query_cli_b95be64d,query_presenter_02e6077c,rules_6c621d1a,stale_cli_64548720,stale_presenter_1de4e3a2,status_cli_4c24a0d6,status_presenter_8de686c1,node_agent_mmd_orchestration_layer_orchestration_sugg_85c5ebe3,node_agent_mmd_memory_vector_layer_memorylayer_sugges_267f408d,node_agent_mmd_orchestration_layer_orchestration_prom_d17b4de2,node_agent_mmd_llm_model_layer_llmlayer_prompt_contex_81f9066a,node_agent_mmd_tool_layer_toollayer_prompt_context_dr_a2772f2b,node_agent_mmd_memory_vector_layer_memorylayer_prompt_ae34fc43,node_agent_mmd_orchestration_layer_orchestration_prom_77088997,node_agent_mmd_llm_model_layer_llmlayer_prompt_contex_e5066b88,node_agent_mmd_tool_layer_toollayer_prompt_context_dr_bd82da46,node_agent_mmd_memory_vector_layer_memorylayer_prompt_efd77624,orchestrator_11376b7e,eval_runner_0966a6b3,runtime_card_trace_64a5ca95,codex_runtime_evidence_types_f55808dd,codex_runtime_evidence_validation_d060a92d,runtime_evidence_contract_0f7b15b2,analysis_f44e85c4,runner_527aa9f4,verify_work_1_cd8e7ec3,cli_args_14_3481043e,runner_1_6f281bf8,orchestrator_core_d0678b53,orchestrator_1_6b7137c5 agentNode
  classDef llmNode fill:#555,color:#fff
  class node_agent_mmd_orchestration_layer_orchestration_chec_7a9f0b64,node_agent_mmd_llm_model_layer_llmlayer_check_codex_a_29e7b7fa,node_agent_mmd_tool_layer_toollayer_check_codex_agent_4b361d5a,node_agent_mmd_orchestration_layer_orchestration_chec_7fd47f5c,node_agent_mmd_llm_model_layer_llmlayer_check_steerin_0e1bf90d,node_agent_mmd_tool_layer_toollayer_check_steering_fe_eafecf3a,node_agent_mmd_memory_vector_layer_memorylayer_check__64c86928,node_agent_mmd_orchestration_layer_orchestration_run__18817957,node_agent_mmd_llm_model_layer_llmlayer_run_harness_e_603fcfdc,node_agent_mmd_tool_layer_toollayer_run_harness_evals_e2ee24f1,validate_decision_request_2e5c325e,validate_goal_completion_audit_receipt_100d252c,node_agent_mmd_orchestration_layer_orchestration_vali_c01b04be,node_agent_mmd_llm_model_layer_llmlayer_validate_pack_2a12e1f4,node_agent_mmd_tool_layer_toollayer_validate_packaged_2855c827,node_agent_mmd_llm_model_layer_llmlayer_validate_prom_9880f764,node_agent_mmd_memory_vector_layer_memorylayer_valida_c52c4db8,validate_reviewer_coverage_251efee3,node_agent_mmd_llm_model_layer_llmlayer_validate_syst_5636156e,node_agent_mmd_memory_vector_layer_memorylayer_valida_db599a97,check_environment_core_2c16213f,node_agent_mmd_llm_model_layer_llmlayer_context_conte_ad2dfbd9,node_agent_mmd_memory_vector_layer_memorylayer_contex_78ceaaa9,node_agent_mmd_llm_model_layer_llmlayer_index_context_1041bd11,node_agent_mmd_memory_vector_layer_memorylayer_index__6f3402d0,prompt_gate_c5e9d207,node_agent_mmd_orchestration_layer_orchestration_reme_359fe98f,node_agent_mmd_llm_model_layer_llmlayer_remediate_run_9e3d4585,node_agent_mmd_tool_layer_toollayer_remediate_runner__c003b871,node_agent_mmd_llm_model_layer_llmlayer_search_search_66b9a911,node_agent_mmd_memory_vector_layer_memorylayer_search_ac35cb7e,node_agent_mmd_orchestration_layer_orchestration_cont_61b3b9c9,node_agent_mmd_llm_model_layer_llmlayer_context_healt_cfc0bfa8,node_agent_mmd_memory_vector_layer_memorylayer_contex_3204aa0e,node_agent_mmd_orchestration_layer_orchestration_comm_1f8cc24c,node_agent_mmd_llm_model_layer_llmlayer_command_specs_782af9fa,node_agent_mmd_memory_vector_layer_memorylayer_comman_111eb454,prompt_gate_command_spec_9a941482,node_agent_mmd_llm_model_layer_llmlayer_constants_con_c9bd3f6c,node_agent_mmd_memory_vector_layer_memorylayer_consta_702d3f46,node_agent_mmd_llm_model_layer_llmlayer_index_index_1_02e160ff,node_agent_mmd_memory_vector_layer_memorylayer_index__752bc61e,node_agent_mmd_llm_model_layer_llmlayer_indexer_index_4f4deef5,node_agent_mmd_memory_vector_layer_memorylayer_indexe_93e6d86f,node_agent_mmd_llm_model_layer_llmlayer_ollama_ollama_968b23fa,node_agent_mmd_memory_vector_layer_memorylayer_ollama_6d51be16,node_agent_mmd_llm_model_layer_llmlayer_sync_contract_9f3cc8c1,node_agent_mmd_memory_vector_layer_memorylayer_sync_c_e43418bc,north_star_validators_cfc926ce,hilt_boundary_9b36fb15,types_10_75e5a4a0,goal_completion_audit_receipt_validation_9d0f4891,goal_completion_audit_receipt_5e4939c3,index_5_522f772a,node_agent_mmd_tool_layer_toollayer_constants_constan_9d71b829,types_17_ed30531c,sensitive_text_7c11f760,pr_template_linked_issue_relationship_a7b61f2c,pr_template_validator_rules_20a32d6b,node_agent_mmd_orchestration_layer_orchestration_prom_d17b4de2,node_agent_mmd_llm_model_layer_llmlayer_prompt_contex_81f9066a,node_agent_mmd_tool_layer_toollayer_prompt_context_dr_a2772f2b,node_agent_mmd_memory_vector_layer_memorylayer_prompt_ae34fc43,node_agent_mmd_orchestration_layer_orchestration_prom_77088997,node_agent_mmd_llm_model_layer_llmlayer_prompt_contex_e5066b88,node_agent_mmd_tool_layer_toollayer_prompt_context_dr_bd82da46,node_agent_mmd_memory_vector_layer_memorylayer_prompt_efd77624,node_agent_mmd_llm_model_layer_llmlayer_prompt_contex_6426acc2,node_agent_mmd_memory_vector_layer_memorylayer_prompt_55c0d605,cli_args_9_9c136878,cli_11_338a8415,sections_4697ef32,types_27_4d134744,validator_7_f836eb0e,cli_args_10_861cdd3f llmNode
  classDef toolNode fill:#555,color:#fff
-   class node_agent_mmd_orchestration_layer_orchestration_chec_7a9f0b64,node_agent_mmd_llm_model_layer_llmlayer_check_codex_a_29e7b7fa,node_agent_mmd_tool_layer_toollayer_check_codex_agent_4b361d5a,node_agent_mmd_orchestration_layer_orchestration_chec_7fd47f5c,node_agent_mmd_llm_model_layer_llmlayer_check_steerin_0e1bf90d,node_agent_mmd_tool_layer_toollayer_check_steering_fe_eafecf3a,node_agent_mmd_memory_vector_layer_memorylayer_check__64c86928,node_agent_mmd_orchestration_layer_orchestration_run__18817957,node_agent_mmd_llm_model_layer_llmlayer_run_harness_e_603fcfdc,node_agent_mmd_tool_layer_toollayer_run_harness_evals_e2ee24f1,validate_action_review_receipt_fa2f06c3,node_agent_mmd_orchestration_layer_orchestration_vali_c01b04be,node_agent_mmd_llm_model_layer_llmlayer_validate_pack_2a12e1f4,node_agent_mmd_tool_layer_toollayer_validate_packaged_2855c827,validate_replay_packet_f309747e,node_agent_mmd_tool_layer_toollayer_ci_migrate_core_c_049f8460,node_agent_mmd_memory_vector_layer_memorylayer_ci_mig_0cd5b1a4,doctor_checks_5a2eb2b9,doctor_github_tool_check_e0a938df,doctor_github_tool_checks_a53b0382,doctor_tool_checks_4acac51a,next_blocked_decisions_4140ad2b,policy_gate_213f7313,remediate_cli_output_cc165396,node_agent_mmd_orchestration_layer_orchestration_reme_359fe98f,node_agent_mmd_llm_model_layer_llmlayer_remediate_run_9e3d4585,node_agent_mmd_tool_layer_toollayer_remediate_runner__c003b871,node_agent_mmd_tool_layer_toollayer_review_gate_core__7704598b,node_agent_mmd_memory_vector_layer_memorylayer_review_5bee9816,index_1bc04b52,types_1_4ecdf56e,validation_constants_e002a0f6,validation_98c41dcd,node_agent_mmd_orchestration_layer_orchestration_chec_0550c395,node_agent_mmd_tool_layer_toollayer_checker_checker_2_453d593b,node_agent_mmd_memory_vector_layer_memorylayer_checke_a583eb4f,cli_args_1_6144b055,node_agent_mmd_orchestration_layer_orchestration_comm_6e41a7f7,node_agent_mmd_tool_layer_toollayer_command_capabilit_7fe13db1,node_agent_mmd_tool_layer_toollayer_command_capabilit_e97a4615,node_agent_mmd_memory_vector_layer_memorylayer_comman_c72a5d05,linear_command_actions_e430f4f4,node_agent_mmd_orchestration_layer_orchestration_line_b67affd5,node_agent_mmd_tool_layer_toollayer_linear_command_ru_d6763748,node_agent_mmd_orchestration_layer_orchestration_poli_3270b55d,node_agent_mmd_tool_layer_toollayer_policy_validators_af136abf,node_agent_mmd_memory_vector_layer_memorylayer_policy_1944de42,node_agent_mmd_orchestration_layer_orchestration_type_7cf81261,node_agent_mmd_tool_layer_toollayer_types_core_types__6c8319b6,node_agent_mmd_memory_vector_layer_memorylayer_types__83f369fa,node_agent_mmd_orchestration_layer_orchestration_vali_d9fe99e6,node_agent_mmd_tool_layer_toollayer_validator_core_va_6ef6131f,node_agent_mmd_memory_vector_layer_memorylayer_valida_41034356,validator_helpers_7b927667,node_agent_mmd_orchestration_layer_orchestration_he_p_fc778c24,node_agent_mmd_tool_layer_toollayer_he_phase_exit_cor_af016160,ralph_runtime_73d63c0e,observed_skill_usage_ed7d5930,closure_evidence_aaa31467,pr_creator_dc6b1ea4,client_948fe603,init_output_360dce91,scaffold_ci_templates_2afd6392,scaffold_codex_environment_templates_334fbbed,scaffold_config_templates_4b80ce53,node_agent_mmd_orchestration_layer_orchestration_scaf_c9a90c2f,node_agent_mmd_tool_layer_toollayer_scaffold_environm_c1afc013,node_agent_mmd_memory_vector_layer_memorylayer_scaffo_12b42341,scaffold_github_actions_pr_pipeline_renderer_1ee18de5,scaffold_github_actions_pr_pipeline_template_e2b85f62,scaffold_package_command_template_80e32e83,scaffold_release_private_npm_template_075499f8,node_agent_mmd_llm_model_layer_llmlayer_constants_con_c9bd3f6c,node_agent_mmd_tool_layer_toollayer_constants_constan_9d71b829,index_9_32dd4d91,validation_common_6161e48b,node_agent_mmd_tool_layer_toollayer_cli_cli_2_1_32d9eeaf,node_agent_mmd_memory_vector_layer_memorylayer_cli_cl_1f1f89ab,node_agent_mmd_tool_layer_toollayer_metrics_tracker_m_4c9237d8,node_agent_mmd_memory_vector_layer_memorylayer_metric_12562178,normalise_renderer_85f2e563,evaluation_engine_core_e054fe49,node_agent_mmd_orchestration_layer_orchestration_tool_cc43149f,node_agent_mmd_tool_layer_toollayer_tooling_baseline__61e66e9f,node_agent_mmd_memory_vector_layer_memorylayer_toolin_14f86b00,node_agent_mmd_orchestration_layer_orchestration_prom_d17b4de2,node_agent_mmd_llm_model_layer_llmlayer_prompt_contex_81f9066a,node_agent_mmd_tool_layer_toollayer_prompt_context_dr_a2772f2b,node_agent_mmd_memory_vector_layer_memorylayer_prompt_ae34fc43,node_agent_mmd_orchestration_layer_orchestration_prom_77088997,node_agent_mmd_llm_model_layer_llmlayer_prompt_contex_e5066b88,node_agent_mmd_tool_layer_toollayer_prompt_context_dr_bd82da46,node_agent_mmd_memory_vector_layer_memorylayer_prompt_efd77624,replay_packet_a1293f88,index_14_d982116c,review_lifecycle_contract_e5447221,review_lifecycle_89afa64c,node_agent_mmd_tool_layer_toollayer_runtime_card_code_3636ceac,node_agent_mmd_memory_vector_layer_memorylayer_runtim_a5d23e7f,runtime_card_codex_runtime_0655e230,runtime_evidence_bundle_d471a232,types_36_674380ec,index_17_642943a2,projection_1b250ea1,types_38_e8efcd57,validation_7_c4e6d8b6 toolNode
+   class node_agent_mmd_orchestration_layer_orchestration_chec_7a9f0b64,node_agent_mmd_llm_model_layer_llmlayer_check_codex_a_29e7b7fa,node_agent_mmd_tool_layer_toollayer_check_codex_agent_4b361d5a,node_agent_mmd_orchestration_layer_orchestration_chec_7fd47f5c,node_agent_mmd_llm_model_layer_llmlayer_check_steerin_0e1bf90d,node_agent_mmd_tool_layer_toollayer_check_steering_fe_eafecf3a,node_agent_mmd_memory_vector_layer_memorylayer_check__64c86928,node_agent_mmd_orchestration_layer_orchestration_run__18817957,node_agent_mmd_llm_model_layer_llmlayer_run_harness_e_603fcfdc,node_agent_mmd_tool_layer_toollayer_run_harness_evals_e2ee24f1,validate_action_review_receipt_fa2f06c3,node_agent_mmd_orchestration_layer_orchestration_vali_c01b04be,node_agent_mmd_llm_model_layer_llmlayer_validate_pack_2a12e1f4,node_agent_mmd_tool_layer_toollayer_validate_packaged_2855c827,validate_replay_packet_f309747e,node_agent_mmd_tool_layer_toollayer_ci_migrate_core_c_049f8460,node_agent_mmd_memory_vector_layer_memorylayer_ci_mig_0cd5b1a4,doctor_checks_5a2eb2b9,doctor_github_tool_check_e0a938df,doctor_github_tool_checks_a53b0382,doctor_tool_checks_4acac51a,next_blocked_decisions_4140ad2b,policy_gate_213f7313,remediate_cli_output_cc165396,node_agent_mmd_orchestration_layer_orchestration_reme_359fe98f,node_agent_mmd_llm_model_layer_llmlayer_remediate_run_9e3d4585,node_agent_mmd_tool_layer_toollayer_remediate_runner__c003b871,node_agent_mmd_tool_layer_toollayer_review_gate_core__7704598b,node_agent_mmd_memory_vector_layer_memorylayer_review_5bee9816,index_1bc04b52,types_1_4ecdf56e,validation_constants_e002a0f6,validation_98c41dcd,node_agent_mmd_orchestration_layer_orchestration_chec_0550c395,node_agent_mmd_tool_layer_toollayer_checker_checker_2_453d593b,node_agent_mmd_memory_vector_layer_memorylayer_checke_a583eb4f,node_agent_mmd_orchestration_layer_orchestration_shar_724ef5f0,node_agent_mmd_tool_layer_toollayer_shared_state_poli_53734acd,cli_args_1_6144b055,node_agent_mmd_orchestration_layer_orchestration_comm_6e41a7f7,node_agent_mmd_tool_layer_toollayer_command_capabilit_7fe13db1,node_agent_mmd_tool_layer_toollayer_command_capabilit_e97a4615,node_agent_mmd_memory_vector_layer_memorylayer_comman_c72a5d05,linear_command_actions_e430f4f4,node_agent_mmd_orchestration_layer_orchestration_line_b67affd5,node_agent_mmd_tool_layer_toollayer_linear_command_ru_d6763748,node_agent_mmd_orchestration_layer_orchestration_poli_3270b55d,node_agent_mmd_tool_layer_toollayer_policy_validators_af136abf,node_agent_mmd_memory_vector_layer_memorylayer_policy_1944de42,shared_state_action_validator_e7b128cd,node_agent_mmd_orchestration_layer_orchestration_type_7cf81261,node_agent_mmd_tool_layer_toollayer_types_core_types__6c8319b6,node_agent_mmd_memory_vector_layer_memorylayer_types__83f369fa,node_agent_mmd_orchestration_layer_orchestration_vali_d9fe99e6,node_agent_mmd_tool_layer_toollayer_validator_core_va_6ef6131f,node_agent_mmd_memory_vector_layer_memorylayer_valida_41034356,validator_helpers_7b927667,node_agent_mmd_orchestration_layer_orchestration_he_p_fc778c24,node_agent_mmd_tool_layer_toollayer_he_phase_exit_cor_af016160,ralph_runtime_73d63c0e,observed_skill_usage_ed7d5930,closure_evidence_aaa31467,pr_creator_dc6b1ea4,client_948fe603,init_output_360dce91,scaffold_ci_templates_2afd6392,scaffold_codex_environment_templates_334fbbed,scaffold_config_templates_4b80ce53,node_agent_mmd_orchestration_layer_orchestration_scaf_c9a90c2f,node_agent_mmd_tool_layer_toollayer_scaffold_environm_c1afc013,node_agent_mmd_memory_vector_layer_memorylayer_scaffo_12b42341,scaffold_github_actions_pr_pipeline_renderer_1ee18de5,scaffold_github_actions_pr_pipeline_template_e2b85f62,scaffold_package_command_template_80e32e83,scaffold_release_private_npm_template_075499f8,node_agent_mmd_llm_model_layer_llmlayer_constants_con_c9bd3f6c,node_agent_mmd_tool_layer_toollayer_constants_constan_9d71b829,index_9_32dd4d91,validation_common_6161e48b,node_agent_mmd_tool_layer_toollayer_cli_cli_2_1_32d9eeaf,node_agent_mmd_memory_vector_layer_memorylayer_cli_cl_1f1f89ab,node_agent_mmd_tool_layer_toollayer_metrics_tracker_m_4c9237d8,node_agent_mmd_memory_vector_layer_memorylayer_metric_12562178,normalise_renderer_85f2e563,evaluation_engine_core_e054fe49,node_agent_mmd_orchestration_layer_orchestration_tool_cc43149f,node_agent_mmd_tool_layer_toollayer_tooling_baseline__61e66e9f,node_agent_mmd_memory_vector_layer_memorylayer_toolin_14f86b00,node_agent_mmd_orchestration_layer_orchestration_prom_d17b4de2,node_agent_mmd_llm_model_layer_llmlayer_prompt_contex_81f9066a,node_agent_mmd_tool_layer_toollayer_prompt_context_dr_a2772f2b,node_agent_mmd_memory_vector_layer_memorylayer_prompt_ae34fc43,node_agent_mmd_orchestration_layer_orchestration_prom_77088997,node_agent_mmd_llm_model_layer_llmlayer_prompt_contex_e5066b88,node_agent_mmd_tool_layer_toollayer_prompt_context_dr_bd82da46,node_agent_mmd_memory_vector_layer_memorylayer_prompt_efd77624,replay_packet_a1293f88,index_14_d982116c,review_lifecycle_contract_e5447221,review_lifecycle_89afa64c,node_agent_mmd_tool_layer_toollayer_runtime_card_code_3636ceac,node_agent_mmd_memory_vector_layer_memorylayer_runtim_a5d23e7f,runtime_card_codex_runtime_0655e230,runtime_evidence_bundle_d471a232,types_36_674380ec,index_17_642943a2,projection_1b250ea1,types_38_e8efcd57,validation_7_c4e6d8b6 toolNode
  classDef memNode fill:#555,color:#fff
-   class node_agent_mmd_orchestration_layer_orchestration_chec_7fd47f5c,node_agent_mmd_llm_model_layer_llmlayer_check_steerin_0e1bf90d,node_agent_mmd_tool_layer_toollayer_check_steering_fe_eafecf3a,node_agent_mmd_memory_vector_layer_memorylayer_check__64c86928,normalize_workflow_contracts_8701f1c8,sync_codex_preflight_7e7a8dc2,test_harness_upgrade_matrix_84113c4e,node_agent_mmd_llm_model_layer_llmlayer_validate_prom_9880f764,node_agent_mmd_memory_vector_layer_memorylayer_valida_c52c4db8,validate_runtime_packet_schemas_bc3ba8ec,node_agent_mmd_llm_model_layer_llmlayer_validate_syst_5636156e,node_agent_mmd_memory_vector_layer_memorylayer_valida_db599a97,validate_workflow_contracts_33dc063c,branch_protect_core_a8feb0fd,node_agent_mmd_tool_layer_toollayer_ci_migrate_core_c_049f8460,node_agent_mmd_memory_vector_layer_memorylayer_ci_mig_0cd5b1a4,context_health_80bb7da9,node_agent_mmd_llm_model_layer_llmlayer_context_conte_ad2dfbd9,node_agent_mmd_memory_vector_layer_memorylayer_contex_78ceaaa9,docs_gate_core_eb9b6c18,node_agent_mmd_llm_model_layer_llmlayer_index_context_1041bd11,node_agent_mmd_memory_vector_layer_memorylayer_index__6f3402d0,local_memory_preflight_dcc36c42,memory_gate_a577a506,pattern_scope_siblings_43abe000,review_context_ca6cf81d,node_agent_mmd_tool_layer_toollayer_review_gate_core__7704598b,node_agent_mmd_memory_vector_layer_memorylayer_review_5bee9816,node_agent_mmd_llm_model_layer_llmlayer_search_search_66b9a911,node_agent_mmd_memory_vector_layer_memorylayer_search_ac35cb7e,session_context_e5ec72c0,node_agent_mmd_orchestration_layer_orchestration_tool_acfe0c01,node_agent_mmd_memory_vector_layer_memorylayer_toolin_a1185b8f,run_local_memory_preflight_36e92808,node_agent_mmd_orchestration_layer_orchestration_chec_0550c395,node_agent_mmd_tool_layer_toollayer_checker_checker_2_453d593b,node_agent_mmd_memory_vector_layer_memorylayer_checke_a583eb4f,node_agent_mmd_orchestration_layer_orchestration_cont_61b3b9c9,node_agent_mmd_llm_model_layer_llmlayer_context_healt_cfc0bfa8,node_agent_mmd_memory_vector_layer_memorylayer_contex_3204aa0e,node_agent_mmd_orchestration_layer_orchestration_type_4f906dcc,node_agent_mmd_memory_vector_layer_memorylayer_types__9ad640a0,branch_protect_sync_570adb18,node_agent_mmd_tool_layer_toollayer_command_capabilit_e97a4615,node_agent_mmd_memory_vector_layer_memorylayer_comman_c72a5d05,node_agent_mmd_orchestration_layer_orchestration_comm_1f8cc24c,node_agent_mmd_llm_model_layer_llmlayer_command_specs_782af9fa,node_agent_mmd_memory_vector_layer_memorylayer_comman_111eb454,local_memory_preflight_command_spec_9e23f3ce,memory_gate_command_spec_dc9001a9,review_gate_command_spec_3187376a,session_context_command_spec_973afbb1,node_agent_mmd_llm_model_layer_llmlayer_constants_con_c9bd3f6c,node_agent_mmd_memory_vector_layer_memorylayer_consta_702d3f46,context_compact_policy_3dcaf95d,node_agent_mmd_llm_model_layer_llmlayer_index_index_1_02e160ff,node_agent_mmd_memory_vector_layer_memorylayer_index__752bc61e,node_agent_mmd_llm_model_layer_llmlayer_indexer_index_4f4deef5,node_agent_mmd_memory_vector_layer_memorylayer_indexe_93e6d86f,init_error_5c7dd49f,lexical_fallback_723e2b3e,node_agent_mmd_llm_model_layer_llmlayer_ollama_ollama_968b23fa,node_agent_mmd_memory_vector_layer_memorylayer_ollama_6d51be16,rollout_a4fa034c,sources_878a52fc,store_824d80d7,node_agent_mmd_llm_model_layer_llmlayer_sync_contract_9f3cc8c1,node_agent_mmd_memory_vector_layer_memorylayer_sync_c_e43418bc,types_8_f6283648,harness_run_context_ac7c77a9,index_4_013aa0e3,json_schema_core_96d7e328,node_agent_mmd_orchestration_layer_orchestration_poli_3270b55d,node_agent_mmd_tool_layer_toollayer_policy_validators_af136abf,node_agent_mmd_memory_vector_layer_memorylayer_policy_1944de42,node_agent_mmd_orchestration_layer_orchestration_type_7cf81261,node_agent_mmd_tool_layer_toollayer_types_core_types__6c8319b6,node_agent_mmd_memory_vector_layer_memorylayer_types__83f369fa,node_agent_mmd_orchestration_layer_orchestration_vali_d9fe99e6,node_agent_mmd_tool_layer_toollayer_validator_core_va_6ef6131f,node_agent_mmd_memory_vector_layer_memorylayer_valida_41034356,archive_candidates_scanner_d0931789,archive_candidates_dc0e40e1,docs_task_eval_contract_79347457,docs_task_eval_fixtures_44902755,node_agent_mmd_orchestration_layer_orchestration_init_2a9c3ecb,node_agent_mmd_memory_vector_layer_memorylayer_init_m_333d02c5,node_agent_mmd_orchestration_layer_orchestration_proj_6ab6f60f,node_agent_mmd_memory_vector_layer_memorylayer_projec_3ae304d9,scaffold_diagram_templates_dd88e83c,node_agent_mmd_orchestration_layer_orchestration_scaf_12cc07db,node_agent_mmd_memory_vector_layer_memorylayer_scaffo_5fd73b94,node_agent_mmd_orchestration_layer_orchestration_scaf_c9a90c2f,node_agent_mmd_tool_layer_toollayer_scaffold_environm_c1afc013,node_agent_mmd_memory_vector_layer_memorylayer_scaffo_12b42341,scaffold_hook_templates_8c74ab50,scaffold_root_command_templates_404fed7f,scaffold_script_template_registry_69312d4e,scaffold_shell_templates_0ad0f915,scaffold_surfaces_12d6494e,node_agent_mmd_orchestration_layer_orchestration_scaf_ff8f92f6,node_agent_mmd_memory_vector_layer_memorylayer_scaffo_a86eece1,scaffold_workflow_template_92310587,eval_seed_5699fd3e,index_10_f6785a46,review_context_1_e3afed15,memory_gate_1_265164ac,branch_enforcer_acb749cd,cli_args_5_09ea29f0,node_agent_mmd_tool_layer_toollayer_cli_cli_2_1_32d9eeaf,node_agent_mmd_memory_vector_layer_memorylayer_cli_cl_1f1f89ab,node_agent_mmd_tool_layer_toollayer_metrics_tracker_m_4c9237d8,node_agent_mmd_memory_vector_layer_memorylayer_metric_12562178,types_19_eb4ad5f0,validator_5_b19ac2be,node_agent_mmd_orchestration_layer_orchestration_clas_899b821a,node_agent_mmd_memory_vector_layer_memorylayer_classi_1ebbf5ff,node_agent_mmd_orchestration_layer_orchestration_tool_cc43149f,node_agent_mmd_tool_layer_toollayer_tooling_baseline__61e66e9f,node_agent_mmd_memory_vector_layer_memorylayer_toolin_14f86b00,claim_helpers_20dc8387,types_24_c63dc1a7,local_memory_smoke_1175abfc,local_memory_0db17ecc,performance_overload_c685bfcf,node_agent_mmd_orchestration_layer_orchestration_sugg_85c5ebe3,node_agent_mmd_memory_vector_layer_memorylayer_sugges_267f408d,node_agent_mmd_orchestration_layer_orchestration_prom_d17b4de2,node_agent_mmd_llm_model_layer_llmlayer_prompt_contex_81f9066a,node_agent_mmd_tool_layer_toollayer_prompt_context_dr_a2772f2b,node_agent_mmd_memory_vector_layer_memorylayer_prompt_ae34fc43,node_agent_mmd_orchestration_layer_orchestration_prom_77088997,node_agent_mmd_llm_model_layer_llmlayer_prompt_contex_e5066b88,node_agent_mmd_tool_layer_toollayer_prompt_context_dr_bd82da46,node_agent_mmd_memory_vector_layer_memorylayer_prompt_efd77624,node_agent_mmd_llm_model_layer_llmlayer_prompt_contex_6426acc2,node_agent_mmd_memory_vector_layer_memorylayer_prompt_55c0d605,types_31_eb363e20,policy_1_fc4198db,node_agent_mmd_tool_layer_toollayer_runtime_card_code_3636ceac,node_agent_mmd_memory_vector_layer_memorylayer_runtim_a5d23e7f,cli_12_01c06c37,collector_0736fd5b,types_34_85e6a0bb,overload_guard_2748c559 memNode
+   class node_agent_mmd_orchestration_layer_orchestration_chec_7fd47f5c,node_agent_mmd_llm_model_layer_llmlayer_check_steerin_0e1bf90d,node_agent_mmd_tool_layer_toollayer_check_steering_fe_eafecf3a,node_agent_mmd_memory_vector_layer_memorylayer_check__64c86928,normalize_workflow_contracts_8701f1c8,sync_codex_preflight_7e7a8dc2,test_harness_upgrade_matrix_84113c4e,node_agent_mmd_llm_model_layer_llmlayer_validate_prom_9880f764,node_agent_mmd_memory_vector_layer_memorylayer_valida_c52c4db8,validate_runtime_packet_schemas_bc3ba8ec,node_agent_mmd_llm_model_layer_llmlayer_validate_syst_5636156e,node_agent_mmd_memory_vector_layer_memorylayer_valida_db599a97,validate_workflow_contracts_33dc063c,branch_protect_core_a8feb0fd,node_agent_mmd_tool_layer_toollayer_ci_migrate_core_c_049f8460,node_agent_mmd_memory_vector_layer_memorylayer_ci_mig_0cd5b1a4,context_health_80bb7da9,node_agent_mmd_llm_model_layer_llmlayer_context_conte_ad2dfbd9,node_agent_mmd_memory_vector_layer_memorylayer_contex_78ceaaa9,docs_gate_core_eb9b6c18,node_agent_mmd_llm_model_layer_llmlayer_index_context_1041bd11,node_agent_mmd_memory_vector_layer_memorylayer_index__6f3402d0,local_memory_preflight_dcc36c42,memory_gate_a577a506,node_agent_mmd_orchestration_layer_orchestration_next_5393fba1,node_agent_mmd_memory_vector_layer_memorylayer_next_r_7feb80cc,pattern_scope_siblings_43abe000,review_context_ca6cf81d,node_agent_mmd_tool_layer_toollayer_review_gate_core__7704598b,node_agent_mmd_memory_vector_layer_memorylayer_review_5bee9816,node_agent_mmd_llm_model_layer_llmlayer_search_search_66b9a911,node_agent_mmd_memory_vector_layer_memorylayer_search_ac35cb7e,session_context_e5ec72c0,node_agent_mmd_orchestration_layer_orchestration_tool_acfe0c01,node_agent_mmd_memory_vector_layer_memorylayer_toolin_a1185b8f,run_local_memory_preflight_36e92808,node_agent_mmd_orchestration_layer_orchestration_chec_0550c395,node_agent_mmd_tool_layer_toollayer_checker_checker_2_453d593b,node_agent_mmd_memory_vector_layer_memorylayer_checke_a583eb4f,node_agent_mmd_orchestration_layer_orchestration_cont_61b3b9c9,node_agent_mmd_llm_model_layer_llmlayer_context_healt_cfc0bfa8,node_agent_mmd_memory_vector_layer_memorylayer_contex_3204aa0e,node_agent_mmd_orchestration_layer_orchestration_type_4f906dcc,node_agent_mmd_memory_vector_layer_memorylayer_types__9ad640a0,branch_protect_sync_570adb18,node_agent_mmd_tool_layer_toollayer_command_capabilit_e97a4615,node_agent_mmd_memory_vector_layer_memorylayer_comman_c72a5d05,node_agent_mmd_orchestration_layer_orchestration_comm_1f8cc24c,node_agent_mmd_llm_model_layer_llmlayer_command_specs_782af9fa,node_agent_mmd_memory_vector_layer_memorylayer_comman_111eb454,local_memory_preflight_command_spec_9e23f3ce,memory_gate_command_spec_dc9001a9,review_gate_command_spec_3187376a,session_context_command_spec_973afbb1,node_agent_mmd_llm_model_layer_llmlayer_constants_con_c9bd3f6c,node_agent_mmd_memory_vector_layer_memorylayer_consta_702d3f46,context_compact_policy_3dcaf95d,node_agent_mmd_llm_model_layer_llmlayer_index_index_1_02e160ff,node_agent_mmd_memory_vector_layer_memorylayer_index__752bc61e,node_agent_mmd_llm_model_layer_llmlayer_indexer_index_4f4deef5,node_agent_mmd_memory_vector_layer_memorylayer_indexe_93e6d86f,init_error_5c7dd49f,lexical_fallback_723e2b3e,node_agent_mmd_llm_model_layer_llmlayer_ollama_ollama_968b23fa,node_agent_mmd_memory_vector_layer_memorylayer_ollama_6d51be16,rollout_a4fa034c,sources_878a52fc,store_824d80d7,node_agent_mmd_llm_model_layer_llmlayer_sync_contract_9f3cc8c1,node_agent_mmd_memory_vector_layer_memorylayer_sync_c_e43418bc,types_8_f6283648,harness_run_context_ac7c77a9,index_4_013aa0e3,json_schema_core_96d7e328,node_agent_mmd_orchestration_layer_orchestration_poli_3270b55d,node_agent_mmd_tool_layer_toollayer_policy_validators_af136abf,node_agent_mmd_memory_vector_layer_memorylayer_policy_1944de42,node_agent_mmd_orchestration_layer_orchestration_type_7cf81261,node_agent_mmd_tool_layer_toollayer_types_core_types__6c8319b6,node_agent_mmd_memory_vector_layer_memorylayer_types__83f369fa,node_agent_mmd_orchestration_layer_orchestration_vali_d9fe99e6,node_agent_mmd_tool_layer_toollayer_validator_core_va_6ef6131f,node_agent_mmd_memory_vector_layer_memorylayer_valida_41034356,archive_candidates_scanner_d0931789,archive_candidates_dc0e40e1,docs_task_eval_contract_79347457,docs_task_eval_fixtures_44902755,node_agent_mmd_orchestration_layer_orchestration_init_2a9c3ecb,node_agent_mmd_memory_vector_layer_memorylayer_init_m_333d02c5,node_agent_mmd_orchestration_layer_orchestration_proj_6ab6f60f,node_agent_mmd_memory_vector_layer_memorylayer_projec_3ae304d9,scaffold_diagram_templates_dd88e83c,node_agent_mmd_orchestration_layer_orchestration_scaf_12cc07db,node_agent_mmd_memory_vector_layer_memorylayer_scaffo_5fd73b94,node_agent_mmd_orchestration_layer_orchestration_scaf_c9a90c2f,node_agent_mmd_tool_layer_toollayer_scaffold_environm_c1afc013,node_agent_mmd_memory_vector_layer_memorylayer_scaffo_12b42341,scaffold_hook_templates_8c74ab50,scaffold_root_command_templates_404fed7f,scaffold_script_template_registry_69312d4e,scaffold_shell_templates_0ad0f915,scaffold_surfaces_12d6494e,node_agent_mmd_orchestration_layer_orchestration_scaf_ff8f92f6,node_agent_mmd_memory_vector_layer_memorylayer_scaffo_a86eece1,scaffold_workflow_template_92310587,eval_seed_5699fd3e,index_10_f6785a46,review_context_1_e3afed15,memory_gate_1_265164ac,branch_enforcer_acb749cd,cli_args_5_09ea29f0,node_agent_mmd_tool_layer_toollayer_cli_cli_2_1_32d9eeaf,node_agent_mmd_memory_vector_layer_memorylayer_cli_cl_1f1f89ab,node_agent_mmd_tool_layer_toollayer_metrics_tracker_m_4c9237d8,node_agent_mmd_memory_vector_layer_memorylayer_metric_12562178,types_19_eb4ad5f0,validator_5_b19ac2be,node_agent_mmd_orchestration_layer_orchestration_clas_899b821a,node_agent_mmd_memory_vector_layer_memorylayer_classi_1ebbf5ff,node_agent_mmd_orchestration_layer_orchestration_tool_cc43149f,node_agent_mmd_tool_layer_toollayer_tooling_baseline__61e66e9f,node_agent_mmd_memory_vector_layer_memorylayer_toolin_14f86b00,claim_helpers_20dc8387,types_24_c63dc1a7,local_memory_smoke_1175abfc,local_memory_0db17ecc,performance_overload_c685bfcf,node_agent_mmd_orchestration_layer_orchestration_sugg_85c5ebe3,node_agent_mmd_memory_vector_layer_memorylayer_sugges_267f408d,node_agent_mmd_orchestration_layer_orchestration_prom_d17b4de2,node_agent_mmd_llm_model_layer_llmlayer_prompt_contex_81f9066a,node_agent_mmd_tool_layer_toollayer_prompt_context_dr_a2772f2b,node_agent_mmd_memory_vector_layer_memorylayer_prompt_ae34fc43,node_agent_mmd_orchestration_layer_orchestration_prom_77088997,node_agent_mmd_llm_model_layer_llmlayer_prompt_contex_e5066b88,node_agent_mmd_tool_layer_toollayer_prompt_context_dr_bd82da46,node_agent_mmd_memory_vector_layer_memorylayer_prompt_efd77624,node_agent_mmd_llm_model_layer_llmlayer_prompt_contex_6426acc2,node_agent_mmd_memory_vector_layer_memorylayer_prompt_55c0d605,types_31_eb363e20,policy_1_fc4198db,node_agent_mmd_tool_layer_toollayer_runtime_card_code_3636ceac,node_agent_mmd_memory_vector_layer_memorylayer_runtim_a5d23e7f,cli_12_01c06c37,collector_0736fd5b,types_34_85e6a0bb,overload_guard_2748c559 memNode
